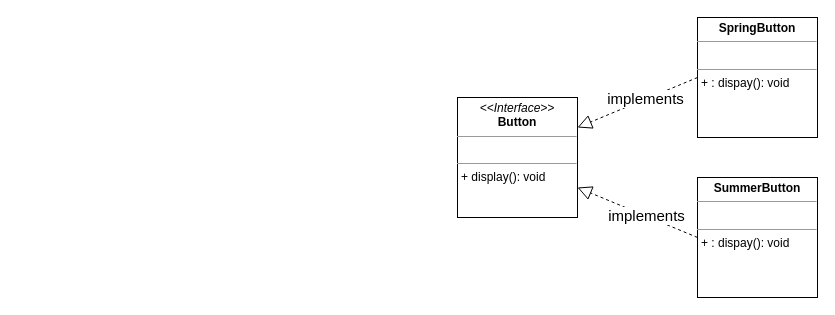
The draw.io diagram page "抽象工厂模式" (3 of 3) of typora/设计模式/uml/简单工厂/简单工厂模式.drawio in LDChing0321/JavaLearn, before the edit. Source tidied: cells renumbered, new cells numbered last; positions are measured from the earlier drawing's top-left corner, leaving out a move shared by most shapes. Both pictures are drawn from the tidied source at 100%, with x=0, y=0 at pixel (457, 17).
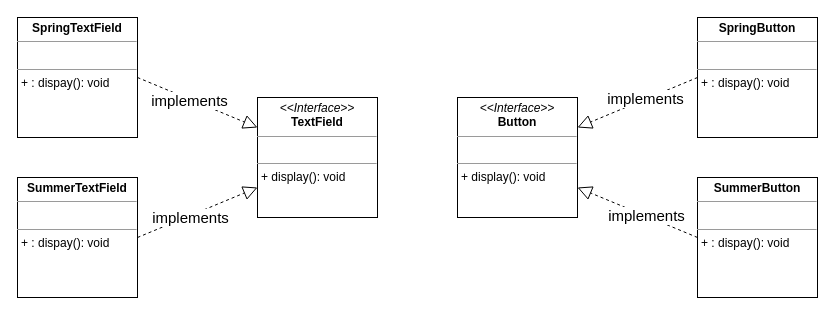
The same page after the edit.

Commit message (it also covers changes not shown here):
更新简单工厂模式.drawio

Change to the diagram source:
```diff
@@
 <mxGraphModel>
   <root>
     <mxCell id="0" />
     <mxCell id="1" parent="0" />
     <mxCell id="2" value="&lt;p style=&quot;margin:0px;margin-top:4px;text-align:center;&quot;&gt;&lt;i&gt;&amp;lt;&amp;lt;Interface&amp;gt;&amp;gt;&lt;/i&gt;&lt;br&gt;&lt;b&gt;Button&lt;/b&gt;&lt;/p&gt;&lt;hr size=&quot;1&quot;&gt;&lt;p style=&quot;margin:0px;margin-left:4px;&quot;&gt;&lt;br&gt;&lt;/p&gt;&lt;hr size=&quot;1&quot;&gt;&lt;p style=&quot;margin:0px;margin-left:4px;&quot;&gt;+&amp;nbsp;display(): void&lt;/p&gt;" style="verticalAlign=top;align=left;overflow=fill;fontSize=12;fontFamily=Helvetica;html=1;" parent="1" vertex="1">
       <mxGeometry y="80" width="120" height="120" as="geometry" />
     </mxCell>
     <mxCell id="3" value="&lt;p style=&quot;margin:0px;margin-top:4px;text-align:center;&quot;&gt;&lt;b&gt;SpringButton&lt;/b&gt;&lt;/p&gt;&lt;hr size=&quot;1&quot;&gt;&lt;p style=&quot;margin:0px;margin-left:4px;&quot;&gt;&lt;br&gt;&lt;/p&gt;&lt;hr size=&quot;1&quot;&gt;&lt;p style=&quot;margin:0px;margin-left:4px;&quot;&gt;+ :&amp;nbsp;dispay(): void&lt;/p&gt;" style="verticalAlign=top;align=left;overflow=fill;fontSize=12;fontFamily=Helvetica;html=1;" parent="1" vertex="1">
       <mxGeometry x="240" width="120" height="120" as="geometry" />
     </mxCell>
     <mxCell id="4" value="&lt;p style=&quot;margin:0px;margin-top:4px;text-align:center;&quot;&gt;&lt;b&gt;SummerButton&lt;/b&gt;&lt;/p&gt;&lt;hr size=&quot;1&quot;&gt;&lt;p style=&quot;margin:0px;margin-left:4px;&quot;&gt;&lt;br&gt;&lt;/p&gt;&lt;hr size=&quot;1&quot;&gt;&lt;p style=&quot;margin:0px;margin-left:4px;&quot;&gt;+ :&amp;nbsp;dispay(): void&lt;/p&gt;" style="verticalAlign=top;align=left;overflow=fill;fontSize=12;fontFamily=Helvetica;html=1;" parent="1" vertex="1">
       <mxGeometry x="240" y="160" width="120" height="120" as="geometry" />
     </mxCell>
     <mxCell id="5" style="endArrow=block;dashed=1;endFill=0;endSize=12;html=1;rounded=0;exitX=0;exitY=0.5;exitDx=0;exitDy=0;entryX=1;entryY=0.25;entryDx=0;entryDy=0;" parent="1" edge="1" source="3" target="2">
       <mxGeometry relative="1" as="geometry" />
     </mxCell>
     <mxCell id="6" value="implements" style="edgeLabel;html=1;align=center;verticalAlign=middle;fontSize=15;" parent="5" vertex="1">
       <mxGeometry x="-0.14" y="-1" relative="1" as="geometry" />
     </mxCell>
     <mxCell id="7" style="endArrow=block;dashed=1;endFill=0;endSize=12;html=1;rounded=0;exitX=0;exitY=0.5;exitDx=0;exitDy=0;entryX=1;entryY=0.75;entryDx=0;entryDy=0;" parent="1" edge="1" source="4" target="2">
       <mxGeometry relative="1" as="geometry" />
     </mxCell>
     <mxCell id="8" value="implements" style="edgeLabel;html=1;align=center;verticalAlign=middle;fontSize=15;" parent="7" vertex="1">
       <mxGeometry x="-0.14" y="-1" relative="1" as="geometry" />
     </mxCell>
+    <mxCell id="9" value="&lt;p style=&quot;margin:0px;margin-top:4px;text-align:center;&quot;&gt;&lt;i&gt;&amp;lt;&amp;lt;Interface&amp;gt;&amp;gt;&lt;/i&gt;&lt;br&gt;&lt;b&gt;TextField&lt;/b&gt;&lt;br&gt;&lt;/p&gt;&lt;hr size=&quot;1&quot;&gt;&lt;p style=&quot;margin:0px;margin-left:4px;&quot;&gt;&lt;br&gt;&lt;/p&gt;&lt;hr size=&quot;1&quot;&gt;&lt;p style=&quot;margin:0px;margin-left:4px;&quot;&gt;+&amp;nbsp;display(): void&lt;/p&gt;" style="verticalAlign=top;align=left;overflow=fill;fontSize=12;fontFamily=Helvetica;html=1;" parent="1" vertex="1">
+      <mxGeometry x="-200" y="80" width="120" height="120" as="geometry" />
+    </mxCell>
+    <mxCell id="10" value="&lt;p style=&quot;margin:0px;margin-top:4px;text-align:center;&quot;&gt;&lt;b&gt;SpringTextField&lt;/b&gt;&lt;br&gt;&lt;/p&gt;&lt;hr size=&quot;1&quot;&gt;&lt;p style=&quot;margin:0px;margin-left:4px;&quot;&gt;&lt;br&gt;&lt;/p&gt;&lt;hr size=&quot;1&quot;&gt;&lt;p style=&quot;margin:0px;margin-left:4px;&quot;&gt;+ :&amp;nbsp;dispay(): void&lt;/p&gt;" style="verticalAlign=top;align=left;overflow=fill;fontSize=12;fontFamily=Helvetica;html=1;" parent="1" vertex="1">
+      <mxGeometry x="-440" width="120" height="120" as="geometry" />
+    </mxCell>
+    <mxCell id="11" value="&lt;p style=&quot;margin:0px;margin-top:4px;text-align:center;&quot;&gt;&lt;b&gt;SummerTextField&lt;/b&gt;&lt;br&gt;&lt;/p&gt;&lt;hr size=&quot;1&quot;&gt;&lt;p style=&quot;margin:0px;margin-left:4px;&quot;&gt;&lt;br&gt;&lt;/p&gt;&lt;hr size=&quot;1&quot;&gt;&lt;p style=&quot;margin:0px;margin-left:4px;&quot;&gt;+ :&amp;nbsp;dispay(): void&lt;/p&gt;" style="verticalAlign=top;align=left;overflow=fill;fontSize=12;fontFamily=Helvetica;html=1;" parent="1" vertex="1">
+      <mxGeometry x="-440" y="160" width="120" height="120" as="geometry" />
+    </mxCell>
+    <mxCell id="12" style="endArrow=block;dashed=1;endFill=0;endSize=12;html=1;rounded=0;exitX=1;exitY=0.5;exitDx=0;exitDy=0;entryX=0;entryY=0.25;entryDx=0;entryDy=0;" parent="1" edge="1" source="10" target="9">
+      <mxGeometry relative="1" as="geometry" />
+    </mxCell>
+    <mxCell id="13" value="implements" style="edgeLabel;html=1;align=center;verticalAlign=middle;fontSize=15;" parent="12" vertex="1">
+      <mxGeometry x="-0.14" y="-1" relative="1" as="geometry" />
+    </mxCell>
+    <mxCell id="14" style="endArrow=block;dashed=1;endFill=0;endSize=12;html=1;rounded=0;exitX=1;exitY=0.5;exitDx=0;exitDy=0;entryX=0;entryY=0.75;entryDx=0;entryDy=0;" parent="1" edge="1" source="11" target="9">
+      <mxGeometry relative="1" as="geometry" />
+    </mxCell>
+    <mxCell id="15" value="implements" style="edgeLabel;html=1;align=center;verticalAlign=middle;fontSize=15;" parent="14" vertex="1">
+      <mxGeometry x="-0.14" y="-1" relative="1" as="geometry" />
+    </mxCell>
   </root>
 </mxGraphModel>
```
